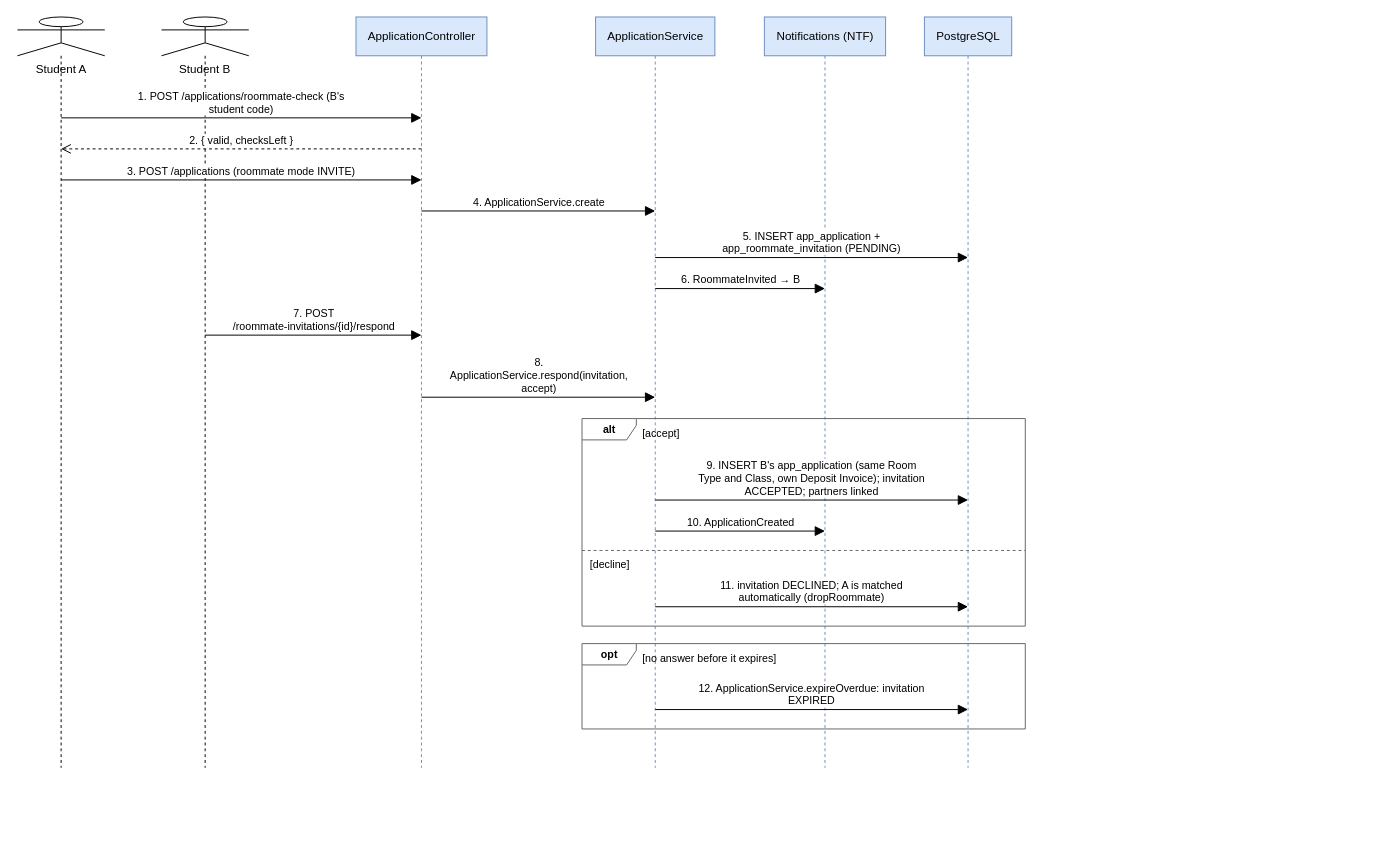
The draw.io diagram docs/Diagrams/07_Sequence/seq-03-roommate-invitation.drawio in tisou47/CampusStay-FPT, before the edit. Source tidied: cells renumbered, new cells numbered last; positions are measured from the earlier drawing's top-left corner, leaving out a move shared by most shapes. Both pictures are drawn from the tidied source at 97%, with x=0, y=0 at pixel (17, 16).
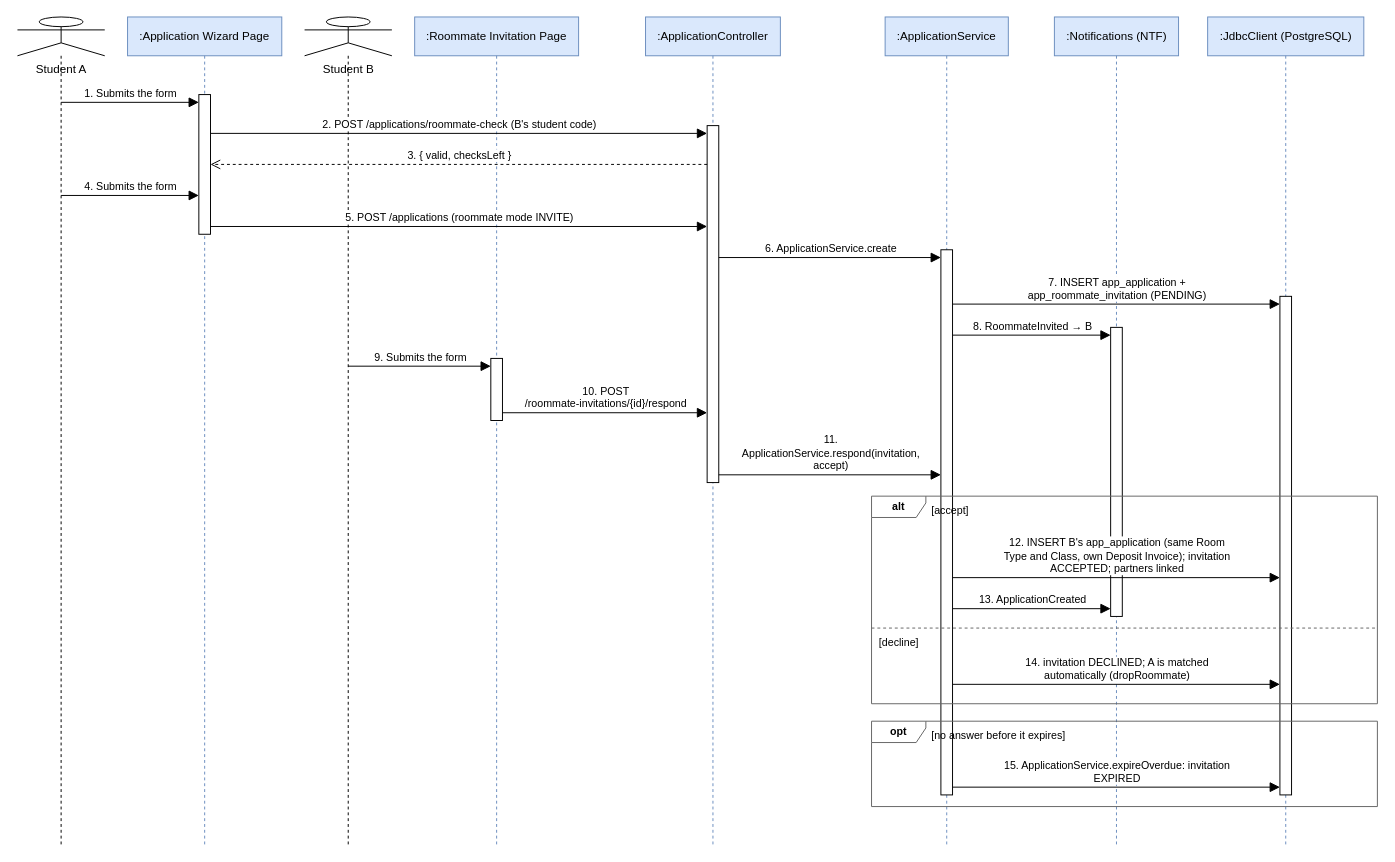
The same page after the edit.

Diff of the diagram source:
```diff
@@
     <mxCell id="2" value="Student A" style="shape=umlLifeline;participant=umlActor;perimeter=lifelinePerimeter;size=40;verticalAlign=top;spacingTop=40;html=1;whiteSpace=wrap;fontSize=12;fontFamily=Helvetica;" parent="1" vertex="1">
-      <mxGeometry x="-0.5" width="90" height="774" as="geometry" />
+      <mxGeometry x="-0.5" width="90" height="854" as="geometry" />
     </mxCell>
+    <mxCell id="26" value=":Application Wizard Page" style="shape=umlLifeline;perimeter=lifelinePerimeter;size=40;html=1;whiteSpace=wrap;fontSize=12;fontFamily=Helvetica;fillColor=#dae8fc;strokeColor=#6c8ebf;" parent="1" vertex="1">
+      <mxGeometry x="113" width="159" height="854" as="geometry" />
+    </mxCell>
     <mxCell id="3" value="Student B" style="shape=umlLifeline;participant=umlActor;perimeter=lifelinePerimeter;size=40;verticalAlign=top;spacingTop=40;html=1;whiteSpace=wrap;fontSize=12;fontFamily=Helvetica;" parent="1" vertex="1">
-      <mxGeometry x="148" width="90" height="774" as="geometry" />
+      <mxGeometry x="295.5" width="90" height="854" as="geometry" />
     </mxCell>
+    <mxCell id="27" value=":Roommate Invitation Page" style="shape=umlLifeline;perimeter=lifelinePerimeter;size=40;html=1;whiteSpace=wrap;fontSize=12;fontFamily=Helvetica;fillColor=#dae8fc;strokeColor=#6c8ebf;" parent="1" vertex="1">
+      <mxGeometry x="409" width="169" height="854" as="geometry" />
+    </mxCell>
-    <mxCell id="4" value="ApplicationController" style="shape=umlLifeline;perimeter=lifelinePerimeter;size=40;html=1;whiteSpace=wrap;fontSize=12;fontFamily=Helvetica;fillColor=#dae8fc;strokeColor=#6c8ebf;" parent="1" vertex="1">
-      <mxGeometry x="348.5" width="135" height="774" as="geometry" />
+    <mxCell id="4" value=":ApplicationController" style="shape=umlLifeline;perimeter=lifelinePerimeter;size=40;html=1;whiteSpace=wrap;fontSize=12;fontFamily=Helvetica;fillColor=#dae8fc;strokeColor=#6c8ebf;" parent="1" vertex="1">
+      <mxGeometry x="647" width="139" height="854" as="geometry" />
     </mxCell>
-    <mxCell id="5" value="ApplicationService" style="shape=umlLifeline;perimeter=lifelinePerimeter;size=40;html=1;whiteSpace=wrap;fontSize=12;fontFamily=Helvetica;fillColor=#dae8fc;strokeColor=#6c8ebf;" parent="1" vertex="1">
-      <mxGeometry x="595.5" width="123" height="774" as="geometry" />
+    <mxCell id="5" value=":ApplicationService" style="shape=umlLifeline;perimeter=lifelinePerimeter;size=40;html=1;whiteSpace=wrap;fontSize=12;fontFamily=Helvetica;fillColor=#dae8fc;strokeColor=#6c8ebf;" parent="1" vertex="1">
+      <mxGeometry x="894" width="127" height="854" as="geometry" />
     </mxCell>
-    <mxCell id="6" value="Notifications (NTF)" style="shape=umlLifeline;perimeter=lifelinePerimeter;size=40;html=1;whiteSpace=wrap;fontSize=12;fontFamily=Helvetica;fillColor=#dae8fc;strokeColor=#6c8ebf;" parent="1" vertex="1">
-      <mxGeometry x="769.5" width="125" height="774" as="geometry" />
+    <mxCell id="6" value=":Notifications (NTF)" style="shape=umlLifeline;perimeter=lifelinePerimeter;size=40;html=1;whiteSpace=wrap;fontSize=12;fontFamily=Helvetica;fillColor=#dae8fc;strokeColor=#6c8ebf;" parent="1" vertex="1">
+      <mxGeometry x="1068.5" width="128" height="854" as="geometry" />
     </mxCell>
-    <mxCell id="7" value="PostgreSQL" style="shape=umlLifeline;perimeter=lifelinePerimeter;size=40;html=1;whiteSpace=wrap;fontSize=12;fontFamily=Helvetica;fillColor=#dae8fc;strokeColor=#6c8ebf;" parent="1" vertex="1">
-      <mxGeometry x="934.5" width="90" height="774" as="geometry" />
+    <mxCell id="7" value=":JdbcClient (PostgreSQL)" style="shape=umlLifeline;perimeter=lifelinePerimeter;size=40;html=1;whiteSpace=wrap;fontSize=12;fontFamily=Helvetica;fillColor=#dae8fc;strokeColor=#6c8ebf;" parent="1" vertex="1">
+      <mxGeometry x="1226.5" width="161" height="854" as="geometry" />
     </mxCell>
-    <mxCell id="8" value="1. POST /applications/roommate-check (B's&lt;br&gt;student code)" style="html=1;rounded=1;fontSize=11;fontFamily=Helvetica;labelBackgroundColor=#ffffff;verticalAlign=bottom;endArrow=block;endFill=1;endSize=8;" parent="1" edge="1">
-      <mxGeometry relative="1" as="geometry">
-        <mxPoint x="44.5" y="104" as="sourcePoint" />
-        <mxPoint x="416" y="104" as="targetPoint" />
-      </mxGeometry>
+    <mxCell id="8" style="rounded=0;whiteSpace=wrap;html=1;fillColor=#FFFFFF;strokeColor=#000000;" parent="1" vertex="1">
+      <mxGeometry x="186.5" y="80" width="12" height="144" as="geometry" />
     </mxCell>
-    <mxCell id="9" value="2. { valid, checksLeft }" style="html=1;rounded=1;fontSize=11;fontFamily=Helvetica;labelBackgroundColor=#ffffff;verticalAlign=bottom;dashed=1;endArrow=open;endFill=0;endSize=8;" parent="1" edge="1">
-      <mxGeometry relative="1" as="geometry">
-        <mxPoint x="416" y="136" as="sourcePoint" />
-        <mxPoint x="44.5" y="136" as="targetPoint" />
-      </mxGeometry>
+    <mxCell id="9" style="rounded=0;whiteSpace=wrap;html=1;fillColor=#FFFFFF;strokeColor=#000000;" parent="1" vertex="1">
+      <mxGeometry x="710.5" y="112" width="12" height="368" as="geometry" />
     </mxCell>
-    <mxCell id="10" value="3. POST /applications (roommate mode INVITE)" style="html=1;rounded=1;fontSize=11;fontFamily=Helvetica;labelBackgroundColor=#ffffff;verticalAlign=bottom;endArrow=block;endFill=1;endSize=8;" parent="1" edge="1">
-      <mxGeometry relative="1" as="geometry">
-        <mxPoint x="44.5" y="168" as="sourcePoint" />
-        <mxPoint x="416" y="168" as="targetPoint" />
-      </mxGeometry>
+    <mxCell id="10" style="rounded=0;whiteSpace=wrap;html=1;fillColor=#FFFFFF;strokeColor=#000000;" parent="1" vertex="1">
+      <mxGeometry x="951.5" y="240" width="12" height="562" as="geometry" />
     </mxCell>
-    <mxCell id="11" value="4. ApplicationService.create" style="html=1;rounded=1;fontSize=11;fontFamily=Helvetica;labelBackgroundColor=#ffffff;verticalAlign=bottom;endArrow=block;endFill=1;endSize=8;" parent="1" edge="1">
-      <mxGeometry relative="1" as="geometry">
-        <mxPoint x="416" y="200" as="sourcePoint" />
-        <mxPoint x="657" y="200" as="targetPoint" />
-      </mxGeometry>
+    <mxCell id="11" style="rounded=0;whiteSpace=wrap;html=1;fillColor=#FFFFFF;strokeColor=#000000;" parent="1" vertex="1">
+      <mxGeometry x="1301" y="288" width="12" height="514" as="geometry" />
     </mxCell>
-    <mxCell id="12" value="5. INSERT app_application +&lt;br&gt;app_roommate_invitation (PENDING)" style="html=1;rounded=1;fontSize=11;fontFamily=Helvetica;labelBackgroundColor=#ffffff;verticalAlign=bottom;endArrow=block;endFill=1;endSize=8;" parent="1" edge="1">
-      <mxGeometry relative="1" as="geometry">
-        <mxPoint x="657" y="248" as="sourcePoint" />
-        <mxPoint x="979.5" y="248" as="targetPoint" />
-      </mxGeometry>
+    <mxCell id="12" style="rounded=0;whiteSpace=wrap;html=1;fillColor=#FFFFFF;strokeColor=#000000;" parent="1" vertex="1">
+      <mxGeometry x="1126.5" y="320" width="12" height="298" as="geometry" />
     </mxCell>
-    <mxCell id="13" value="6. RoommateInvited → B" style="html=1;rounded=1;fontSize=11;fontFamily=Helvetica;labelBackgroundColor=#ffffff;verticalAlign=bottom;endArrow=block;endFill=1;endSize=8;" parent="1" edge="1">
-      <mxGeometry relative="1" as="geometry">
-        <mxPoint x="657" y="280" as="sourcePoint" />
-        <mxPoint x="832" y="280" as="targetPoint" />
-      </mxGeometry>
+    <mxCell id="13" style="rounded=0;whiteSpace=wrap;html=1;fillColor=#FFFFFF;strokeColor=#000000;" parent="1" vertex="1">
+      <mxGeometry x="487.5" y="352" width="12" height="64" as="geometry" />
     </mxCell>
-    <mxCell id="14" value="7. POST&lt;br&gt;/roommate-invitations/{id}/respond" style="html=1;rounded=1;fontSize=11;fontFamily=Helvetica;labelBackgroundColor=#ffffff;verticalAlign=bottom;endArrow=block;endFill=1;endSize=8;" parent="1" edge="1">
+    <mxCell id="14" value="1. Submits the form" style="html=1;rounded=1;fontSize=11;fontFamily=Helvetica;labelBackgroundColor=#ffffff;verticalAlign=bottom;endArrow=block;endFill=1;endSize=8;" parent="1" edge="1">
       <mxGeometry relative="1" as="geometry">
-        <mxPoint x="193" y="328" as="sourcePoint" />
-        <mxPoint x="416" y="328" as="targetPoint" />
+        <mxPoint x="44.5" y="88" as="sourcePoint" />
+        <mxPoint x="186.5" y="88" as="targetPoint" />
       </mxGeometry>
     </mxCell>
-    <mxCell id="15" value="8.&lt;br&gt;ApplicationService.respond(invitation,&lt;br&gt;accept)" style="html=1;rounded=1;fontSize=11;fontFamily=Helvetica;labelBackgroundColor=#ffffff;verticalAlign=bottom;endArrow=block;endFill=1;endSize=8;" parent="1" edge="1">
+    <mxCell id="15" value="2. POST /applications/roommate-check (B's student code)" style="html=1;rounded=1;fontSize=11;fontFamily=Helvetica;labelBackgroundColor=#ffffff;verticalAlign=bottom;endArrow=block;endFill=1;endSize=8;" parent="1" edge="1">
       <mxGeometry relative="1" as="geometry">
-        <mxPoint x="416" y="392" as="sourcePoint" />
-        <mxPoint x="657" y="392" as="targetPoint" />
+        <mxPoint x="198.5" y="120" as="sourcePoint" />
+        <mxPoint x="710.5" y="120" as="targetPoint" />
       </mxGeometry>
     </mxCell>
-    <mxCell id="16" value="9. INSERT B's app_application (same Room&lt;br&gt;Type and Class, own Deposit Invoice); invitation&lt;br&gt;ACCEPTED; partners linked" style="html=1;rounded=1;fontSize=11;fontFamily=Helvetica;labelBackgroundColor=#ffffff;verticalAlign=bottom;endArrow=block;endFill=1;endSize=8;" parent="1" edge="1">
+    <mxCell id="16" value="3. { valid, checksLeft }" style="html=1;rounded=1;fontSize=11;fontFamily=Helvetica;labelBackgroundColor=#ffffff;verticalAlign=bottom;dashed=1;endArrow=open;endFill=0;endSize=8;" parent="1" edge="1">
       <mxGeometry relative="1" as="geometry">
-        <mxPoint x="657" y="498" as="sourcePoint" />
-        <mxPoint x="979.5" y="498" as="targetPoint" />
+        <mxPoint x="710.5" y="152" as="sourcePoint" />
+        <mxPoint x="198.5" y="152" as="targetPoint" />
       </mxGeometry>
     </mxCell>
-    <mxCell id="17" value="10. ApplicationCreated" style="html=1;rounded=1;fontSize=11;fontFamily=Helvetica;labelBackgroundColor=#ffffff;verticalAlign=bottom;endArrow=block;endFill=1;endSize=8;" parent="1" edge="1">
+    <mxCell id="17" value="4. Submits the form" style="html=1;rounded=1;fontSize=11;fontFamily=Helvetica;labelBackgroundColor=#ffffff;verticalAlign=bottom;endArrow=block;endFill=1;endSize=8;" parent="1" edge="1">
       <mxGeometry relative="1" as="geometry">
-        <mxPoint x="657" y="530" as="sourcePoint" />
-        <mxPoint x="832" y="530" as="targetPoint" />
+        <mxPoint x="44.5" y="184" as="sourcePoint" />
+        <mxPoint x="186.5" y="184" as="targetPoint" />
       </mxGeometry>
     </mxCell>
-    <mxCell id="18" value="11. invitation DECLINED; A is matched&lt;br&gt;automatically (dropRoommate)" style="html=1;rounded=1;fontSize=11;fontFamily=Helvetica;labelBackgroundColor=#ffffff;verticalAlign=bottom;endArrow=block;endFill=1;endSize=8;" parent="1" edge="1">
+    <mxCell id="18" value="5. POST /applications (roommate mode INVITE)" style="html=1;rounded=1;fontSize=11;fontFamily=Helvetica;labelBackgroundColor=#ffffff;verticalAlign=bottom;endArrow=block;endFill=1;endSize=8;" parent="1" edge="1">
       <mxGeometry relative="1" as="geometry">
-        <mxPoint x="657" y="608" as="sourcePoint" />
-        <mxPoint x="979.5" y="608" as="targetPoint" />
+        <mxPoint x="198.5" y="216" as="sourcePoint" />
+        <mxPoint x="710.5" y="216" as="targetPoint" />
       </mxGeometry>
     </mxCell>
-    <mxCell id="19" value="alt" style="shape=umlFrame;whiteSpace=wrap;html=1;width=56;height=22;fontSize=11;fontStyle=1;fillColor=none;strokeColor=#666666;" parent="1" vertex="1">
-      <mxGeometry x="581.5" y="414" width="457" height="214" as="geometry" />
+    <mxCell id="19" value="6. ApplicationService.create" style="html=1;rounded=1;fontSize=11;fontFamily=Helvetica;labelBackgroundColor=#ffffff;verticalAlign=bottom;endArrow=block;endFill=1;endSize=8;" parent="1" edge="1">
+      <mxGeometry relative="1" as="geometry">
+        <mxPoint x="722.5" y="248" as="sourcePoint" />
+        <mxPoint x="951.5" y="248" as="targetPoint" />
+      </mxGeometry>
     </mxCell>
-    <mxCell id="20" value="[accept]" style="text;html=1;whiteSpace=wrap;fontSize=12;fontFamily=Helvetica;align=left;verticalAlign=top;fillColor=none;strokeColor=none;fontSize=11;" parent="1" vertex="1">
-      <mxGeometry x="641.5" y="416" width="65.4" height="20" as="geometry" />
+    <mxCell id="20" value="7. INSERT app_application +&lt;br&gt;app_roommate_invitation (PENDING)" style="html=1;rounded=1;fontSize=11;fontFamily=Helvetica;labelBackgroundColor=#ffffff;verticalAlign=bottom;endArrow=block;endFill=1;endSize=8;" parent="1" edge="1">
+      <mxGeometry relative="1" as="geometry">
+        <mxPoint x="963.5" y="296" as="sourcePoint" />
+        <mxPoint x="1301" y="296" as="targetPoint" />
+      </mxGeometry>
     </mxCell>
-    <mxCell id="21" style="html=1;rounded=1;fontSize=11;fontFamily=Helvetica;labelBackgroundColor=#ffffff;endArrow=none;dashed=1;strokeColor=#666666;" parent="1" edge="1">
+    <mxCell id="21" value="8. RoommateInvited → B" style="html=1;rounded=1;fontSize=11;fontFamily=Helvetica;labelBackgroundColor=#ffffff;verticalAlign=bottom;endArrow=block;endFill=1;endSize=8;" parent="1" edge="1">
       <mxGeometry relative="1" as="geometry">
-        <mxPoint x="581.5" y="550" as="sourcePoint" />
-        <mxPoint x="1038.5" y="550" as="targetPoint" />
+        <mxPoint x="963.5" y="328" as="sourcePoint" />
+        <mxPoint x="1126.5" y="328" as="targetPoint" />
       </mxGeometry>
     </mxCell>
-    <mxCell id="22" value="[decline]" style="text;html=1;whiteSpace=wrap;fontSize=12;fontFamily=Helvetica;align=left;verticalAlign=top;fillColor=none;strokeColor=none;fontSize=11;" parent="1" vertex="1">
-      <mxGeometry x="587.5" y="552" width="68" height="20" as="geometry" />
+    <mxCell id="22" value="9. Submits the form" style="html=1;rounded=1;fontSize=11;fontFamily=Helvetica;labelBackgroundColor=#ffffff;verticalAlign=bottom;endArrow=block;endFill=1;endSize=8;" parent="1" edge="1">
+      <mxGeometry relative="1" as="geometry">
+        <mxPoint x="340.5" y="360" as="sourcePoint" />
+        <mxPoint x="487.5" y="360" as="targetPoint" />
+      </mxGeometry>
     </mxCell>
-    <mxCell id="23" value="12. ApplicationService.expireOverdue: invitation&lt;br&gt;EXPIRED" style="html=1;rounded=1;fontSize=11;fontFamily=Helvetica;labelBackgroundColor=#ffffff;verticalAlign=bottom;endArrow=block;endFill=1;endSize=8;" parent="1" edge="1">
+    <mxCell id="23" value="10. POST&lt;br&gt;/roommate-invitations/{id}/respond" style="html=1;rounded=1;fontSize=11;fontFamily=Helvetica;labelBackgroundColor=#ffffff;verticalAlign=bottom;endArrow=block;endFill=1;endSize=8;" parent="1" edge="1">
       <mxGeometry relative="1" as="geometry">
-        <mxPoint x="657" y="714" as="sourcePoint" />
-        <mxPoint x="979.5" y="714" as="targetPoint" />
+        <mxPoint x="499.5" y="408" as="sourcePoint" />
+        <mxPoint x="710.5" y="408" as="targetPoint" />
       </mxGeometry>
     </mxCell>
-    <mxCell id="24" value="opt" style="shape=umlFrame;whiteSpace=wrap;html=1;width=56;height=22;fontSize=11;fontStyle=1;fillColor=none;strokeColor=#666666;" parent="1" vertex="1">
-      <mxGeometry x="581.5" y="646" width="457" height="88" as="geometry" />
+    <mxCell id="24" value="11.&lt;br&gt;ApplicationService.respond(invitation,&lt;br&gt;accept)" style="html=1;rounded=1;fontSize=11;fontFamily=Helvetica;labelBackgroundColor=#ffffff;verticalAlign=bottom;endArrow=block;endFill=1;endSize=8;" parent="1" edge="1">
+      <mxGeometry relative="1" as="geometry">
+        <mxPoint x="722.5" y="472" as="sourcePoint" />
+        <mxPoint x="951.5" y="472" as="targetPoint" />
+      </mxGeometry>
     </mxCell>
-    <mxCell id="25" value="[no answer before it expires]" style="text;html=1;whiteSpace=wrap;fontSize=12;fontFamily=Helvetica;align=left;verticalAlign=top;fillColor=none;strokeColor=none;fontSize=11;" parent="1" vertex="1">
-      <mxGeometry x="641.5" y="648" width="174.1" height="20" as="geometry" />
+    <mxCell id="25" value="12. INSERT B's app_application (same Room&lt;br&gt;Type and Class, own Deposit Invoice); invitation&lt;br&gt;ACCEPTED; partners linked" style="html=1;rounded=1;fontSize=11;fontFamily=Helvetica;labelBackgroundColor=#ffffff;verticalAlign=bottom;endArrow=block;endFill=1;endSize=8;" parent="1" edge="1">
+      <mxGeometry relative="1" as="geometry">
+        <mxPoint x="963.5" y="578" as="sourcePoint" />
+        <mxPoint x="1301" y="578" as="targetPoint" />
+      </mxGeometry>
     </mxCell>
+    <mxCell id="28" value="13. ApplicationCreated" style="html=1;rounded=1;fontSize=11;fontFamily=Helvetica;labelBackgroundColor=#ffffff;verticalAlign=bottom;endArrow=block;endFill=1;endSize=8;" parent="1" edge="1">
+      <mxGeometry relative="1" as="geometry">
+        <mxPoint x="963.5" y="610" as="sourcePoint" />
+        <mxPoint x="1126.5" y="610" as="targetPoint" />
+      </mxGeometry>
+    </mxCell>
+    <mxCell id="29" value="14. invitation DECLINED; A is matched&lt;br&gt;automatically (dropRoommate)" style="html=1;rounded=1;fontSize=11;fontFamily=Helvetica;labelBackgroundColor=#ffffff;verticalAlign=bottom;endArrow=block;endFill=1;endSize=8;" parent="1" edge="1">
+      <mxGeometry relative="1" as="geometry">
+        <mxPoint x="963.5" y="688" as="sourcePoint" />
+        <mxPoint x="1301" y="688" as="targetPoint" />
+      </mxGeometry>
+    </mxCell>
+    <mxCell id="30" value="alt" style="shape=umlFrame;whiteSpace=wrap;html=1;width=56;height=22;fontSize=11;fontStyle=1;fillColor=none;strokeColor=#666666;" parent="1" vertex="1">
+      <mxGeometry x="880" y="494" width="521.5" height="214" as="geometry" />
+    </mxCell>
+    <mxCell id="31" value="[accept]" style="text;html=1;whiteSpace=wrap;fontSize=12;fontFamily=Helvetica;align=left;verticalAlign=top;fillColor=none;strokeColor=none;fontSize=11;" parent="1" vertex="1">
+      <mxGeometry x="940" y="496" width="65.4" height="20" as="geometry" />
+    </mxCell>
+    <mxCell id="32" style="html=1;rounded=1;fontSize=11;fontFamily=Helvetica;labelBackgroundColor=#ffffff;endArrow=none;dashed=1;strokeColor=#666666;" parent="1" edge="1">
+      <mxGeometry relative="1" as="geometry">
+        <mxPoint x="880" y="630" as="sourcePoint" />
+        <mxPoint x="1401.5" y="630" as="targetPoint" />
+      </mxGeometry>
+    </mxCell>
+    <mxCell id="33" value="[decline]" style="text;html=1;whiteSpace=wrap;fontSize=12;fontFamily=Helvetica;align=left;verticalAlign=top;fillColor=none;strokeColor=none;fontSize=11;" parent="1" vertex="1">
+      <mxGeometry x="886" y="632" width="68" height="20" as="geometry" />
+    </mxCell>
+    <mxCell id="34" value="15. ApplicationService.expireOverdue: invitation&lt;br&gt;EXPIRED" style="html=1;rounded=1;fontSize=11;fontFamily=Helvetica;labelBackgroundColor=#ffffff;verticalAlign=bottom;endArrow=block;endFill=1;endSize=8;" parent="1" edge="1">
+      <mxGeometry relative="1" as="geometry">
+        <mxPoint x="963.5" y="794" as="sourcePoint" />
+        <mxPoint x="1301" y="794" as="targetPoint" />
+      </mxGeometry>
+    </mxCell>
+    <mxCell id="35" value="opt" style="shape=umlFrame;whiteSpace=wrap;html=1;width=56;height=22;fontSize=11;fontStyle=1;fillColor=none;strokeColor=#666666;" parent="1" vertex="1">
+      <mxGeometry x="880" y="726" width="521.5" height="88" as="geometry" />
+    </mxCell>
+    <mxCell id="36" value="[no answer before it expires]" style="text;html=1;whiteSpace=wrap;fontSize=12;fontFamily=Helvetica;align=left;verticalAlign=top;fillColor=none;strokeColor=none;fontSize=11;" parent="1" vertex="1">
+      <mxGeometry x="940" y="728" width="174.1" height="20" as="geometry" />
+    </mxCell>
```
